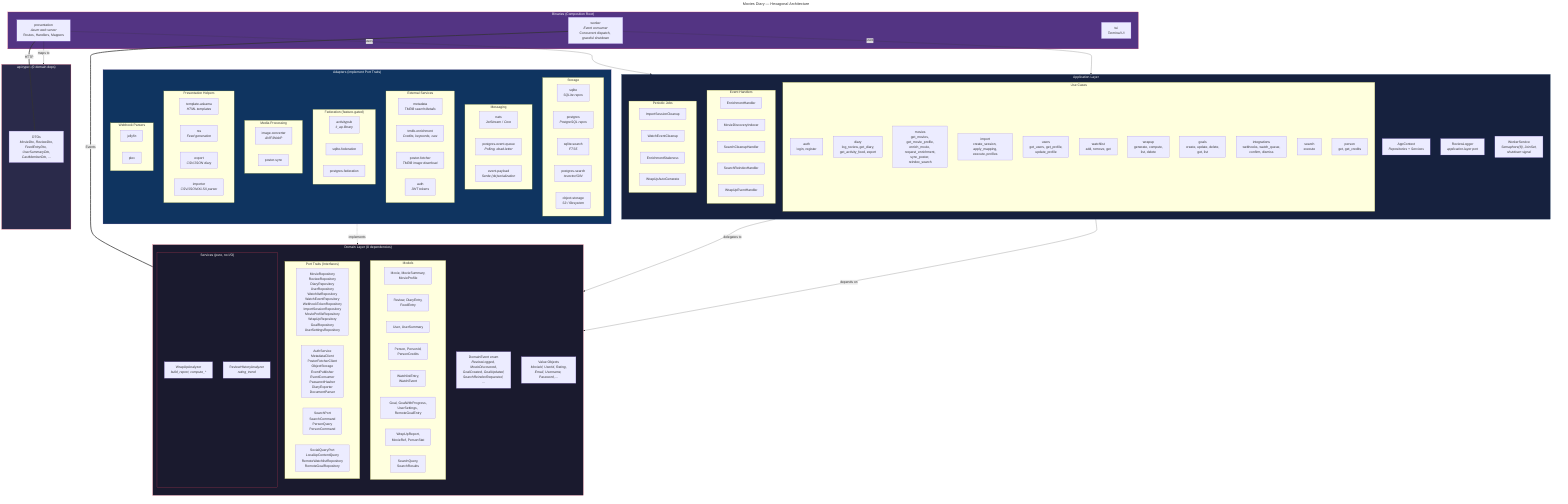
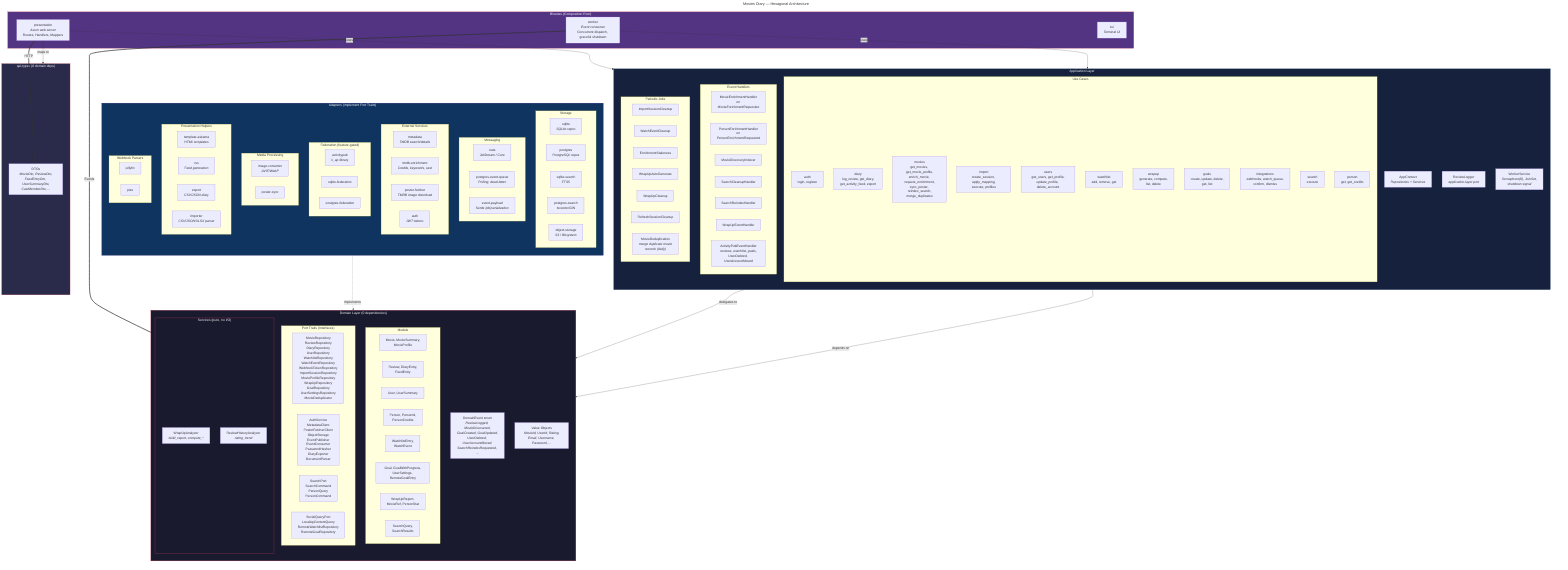
---
title: Movies Diary — Hexagonal Architecture
---
graph TB
    subgraph Binaries["Binaries (Composition Root)"]
        WEB["presentation<br/><i>Axum web server</i><br/>Routes, Handlers, Mappers"]
        WORKER["worker<br/><i>Event consumer</i><br/>Concurrent dispatch, graceful shutdown"]
        TUI["tui<br/><i>Terminal UI</i>"]
    end

    subgraph Application["Application Layer"]
        direction TB
        CTX["AppContext<br/><i>Repositories + Services</i>"]
        APP_PORTS["ReviewLogger<br/><i>application-layer port</i>"]
        subgraph UseCases["Use Cases"]
            UC_AUTH["auth<br/>login, register"]
            UC_DIARY["diary<br/>log_review, get_diary,<br/>get_activity_feed, export"]
-             UC_MOVIES["movies<br/>get_movies, get_movie_profile,<br/>enrich_movie, request_enrichment,<br/>sync_poster, reindex_search"]
+             UC_MOVIES["movies<br/>get_movies, get_movie_profile,<br/>enrich_movie, request_enrichment,<br/>sync_poster, reindex_search,<br/>merge_duplicates"]
            UC_IMPORT["import<br/>create_session, apply_mapping,<br/>execute, profiles"]
-             UC_USERS["users<br/>get_users, get_profile,<br/>update_profile"]
+             UC_USERS["users<br/>get_users, get_profile,<br/>update_profile, delete_account"]
            UC_WATCHLIST["watchlist<br/>add, remove, get"]
            UC_WRAPUP["wrapup<br/>generate, compute,<br/>list, delete"]
            UC_GOALS["goals<br/>create, update, delete,<br/>get, list"]
            UC_INTEGRATIONS["integrations<br/>webhooks, watch_queue,<br/>confirm, dismiss"]
            UC_SEARCH["search<br/>execute"]
            UC_PERSON["person<br/>get, get_credits"]
        end
        subgraph EventHandlers["Event Handlers"]
-             EH_ENRICH["EnrichmentHandler"]
+             EH_MOVIE["MovieEnrichmentHandler<br/><i>on MovieEnrichmentRequested</i>"]
+             EH_PERSON["PersonEnrichmentHandler<br/><i>on PersonEnrichmentRequested</i>"]
            EH_DISCOVER["MovieDiscoveryIndexer"]
            EH_CLEANUP["SearchCleanupHandler"]
            EH_REINDEX["SearchReindexHandler"]
            EH_WRAPUP["WrapUpEventHandler"]
+             EH_AP["ActivityPubEventHandler<br/><i>reviews, watchlist, goals,<br/>UserDeleted, UserAccountMoved</i>"]
        end
        subgraph Jobs["Periodic Jobs"]
            JOB_IMPORT["ImportSessionCleanup"]
            JOB_WATCH["WatchEventCleanup"]
            JOB_STALE["EnrichmentStaleness"]
            JOB_WRAPGEN["WrapUpAutoGenerate"]
+             JOB_WRAPCLEAN["WrapUpCleanup"]
+             JOB_SESSION["RefreshSessionCleanup"]
+             JOB_DEDUP["MovieDeduplication<br/><i>merge duplicate movie<br/>records (daily)</i>"]
        end
        WORKER_SVC["WorkerService<br/><i>Semaphore(8), JoinSet,<br/>shutdown signal</i>"]
    end

    subgraph Domain["Domain Layer (0 dependencies)"]
        direction TB
        subgraph Models["Models"]
            M_MOVIE["Movie, MovieSummary,<br/>MovieProfile"]
            M_REVIEW["Review, DiaryEntry,<br/>FeedEntry"]
            M_USER["User, UserSummary"]
            M_PERSON["Person, PersonId,<br/>PersonCredits"]
            M_WATCHLIST["WatchlistEntry,<br/>WatchEvent"]
            M_GOAL["Goal, GoalWithProgress,<br/>UserSettings, RemoteGoalEntry"]
            M_WRAPUP["WrapUpReport,<br/>MovieRef, PersonStat"]
            M_SEARCH["SearchQuery,<br/>SearchResults"]
        end
        subgraph Ports["Port Traits (Interfaces)"]
-             P_REPOS["MovieRepository<br/>ReviewRepository<br/>DiaryRepository<br/>UserRepository<br/>WatchlistRepository<br/>WatchEventRepository<br/>WebhookTokenRepository<br/>ImportSessionRepository<br/>MovieProfileRepository<br/>WrapUpRepository<br/>GoalRepository<br/>UserSettingsRepository"]
+             P_REPOS["MovieRepository<br/>ReviewRepository<br/>DiaryRepository<br/>UserRepository<br/>WatchlistRepository<br/>WatchEventRepository<br/>WebhookTokenRepository<br/>ImportSessionRepository<br/>MovieProfileRepository<br/>WrapUpRepository<br/>GoalRepository<br/>UserSettingsRepository<br/>MovieDeduplicator"]
            P_SERVICES["AuthService<br/>MetadataClient<br/>PosterFetcherClient<br/>ObjectStorage<br/>EventPublisher<br/>EventConsumer<br/>PasswordHasher<br/>DiaryExporter<br/>DocumentParser"]
            P_SEARCH["SearchPort<br/>SearchCommand<br/>PersonQuery<br/>PersonCommand"]
            P_FEDERATION["SocialQueryPort<br/>LocalApContentQuery<br/>RemoteWatchlistRepository<br/>RemoteGoalRepository"]
        end
        subgraph DomainServices["Services (pure, no I/O)"]
            DS_WRAPUP["WrapUpAnalyzer<br/><i>build_report, compute_*</i>"]
            DS_REVIEW["ReviewHistoryAnalyzer<br/><i>rating_trend</i>"]
        end
-         EVENTS["DomainEvent enum<br/><i>ReviewLogged, MovieDiscovered,<br/>GoalCreated, GoalUpdated,<br/>SearchReindexRequested, ...</i>"]
+         EVENTS["DomainEvent enum<br/><i>ReviewLogged, MovieDiscovered,<br/>GoalCreated, GoalUpdated,<br/>UserDeleted, UserAccountMoved,<br/>SearchReindexRequested, ...</i>"]
        VO["Value Objects<br/><i>MovieId, UserId, Rating,<br/>Email, Username, Password, ...</i>"]
    end

    subgraph ApiTypes["api-types (0 domain deps)"]
        DTO["DTOs<br/><i>MovieDto, ReviewDto,<br/>FeedEntryDto, UserSummaryDto,<br/>CastMemberDto, ...</i>"]
    end

    subgraph Adapters["Adapters (implement Port Traits)"]
        direction TB
        subgraph Storage["Storage"]
            A_SQLITE["sqlite<br/><i>SQLite repos</i>"]
            A_PG["postgres<br/><i>PostgreSQL repos</i>"]
            A_SQLITE_SEARCH["sqlite-search<br/><i>FTS5</i>"]
            A_PG_SEARCH["postgres-search<br/><i>tsvector/GIN</i>"]
            A_OBJ["object-storage<br/><i>S3 / filesystem</i>"]
        end
        subgraph Messaging["Messaging"]
            A_NATS["nats<br/><i>JetStream / Core</i>"]
            A_PG_QUEUE["postgres-event-queue<br/><i>Polling, dead-letter</i>"]
            A_PAYLOAD["event-payload<br/><i>Serde (de)serialization</i>"]
        end
        subgraph External["External Services"]
            A_METADATA["metadata<br/><i>TMDB search/details</i>"]
            A_TMDB["tmdb-enrichment<br/><i>Credits, keywords, cast</i>"]
            A_POSTER["poster-fetcher<br/><i>TMDB image download</i>"]
            A_AUTH["auth<br/><i>JWT tokens</i>"]
        end
        subgraph Federation["Federation (feature-gated)"]
            A_AP["activitypub<br/><i>k_ap library</i>"]
            A_SQLITE_FED["sqlite-federation"]
            A_PG_FED["postgres-federation"]
        end
        subgraph Media["Media Processing"]
            A_IMG["image-converter<br/><i>AVIF/WebP</i>"]
            A_POSTER_SYNC["poster-sync"]
        end
        subgraph Presentation["Presentation Helpers"]
            A_TEMPLATE["template-askama<br/><i>HTML templates</i>"]
            A_RSS["rss<br/><i>Feed generation</i>"]
            A_EXPORT["export<br/><i>CSV/JSON diary</i>"]
            A_IMPORT["importer<br/><i>CSV/JSON/XLSX parser</i>"]
        end
        subgraph Webhooks["Webhook Parsers"]
            A_JELLYFIN["jellyfin"]
            A_PLEX["plex"]
        end
    end

    %% Dependency arrows
    WEB -->|"uses"| Application
    WEB -->|"maps to"| ApiTypes
    WORKER -->|"uses"| Application

    Application -->|"depends on"| Domain
    UC_WRAPUP -->|"delegates to"| DS_WRAPUP

    Adapters -.->|"implements"| Ports

    %% Key data flows
    WEB ===|"HTTP"| DTO
    WORKER ===|"Events"| EVENTS

    classDef domain fill:#1a1a2e,stroke:#e94560,color:#fff
    classDef app fill:#16213e,stroke:#0f3460,color:#fff
    classDef adapter fill:#0f3460,stroke:#533483,color:#fff
    classDef binary fill:#533483,stroke:#e94560,color:#fff
    classDef api fill:#2a2a4a,stroke:#e94560,color:#fff

    class Domain domain
    class DomainServices domain
    class Application app
    class Adapters adapter
    class Binaries binary
    class ApiTypes api
